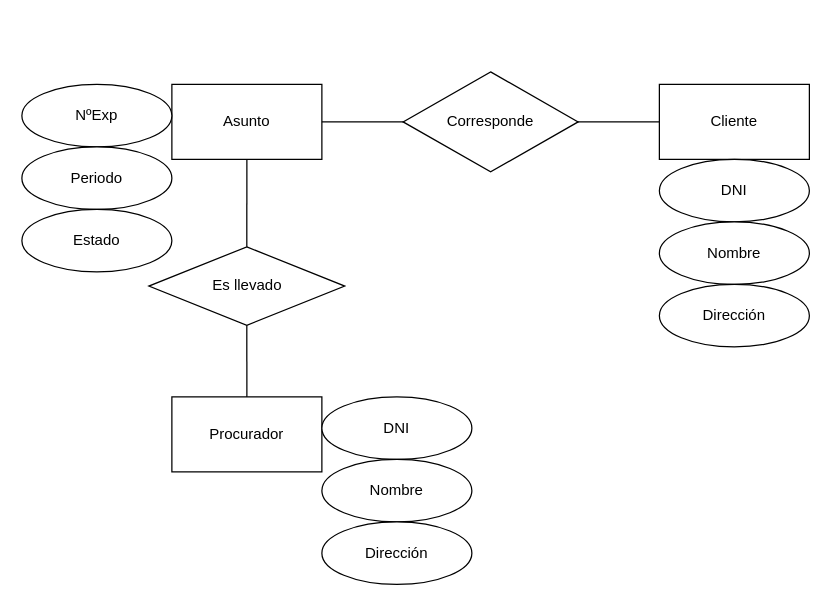
Before: page "Ejercicio1" (1 of 2) of Ejercicios/Abril23.drawio in OscarGE11/Abril23, a draw.io diagram. Source tidied: cells renumbered, new cells numbered last; positions are measured from the earlier drawing's top-left corner, leaving out a move shared by most shapes. Both pictures are drawn from the tidied source at 125%, with x=0, y=0 at pixel (21, 71).
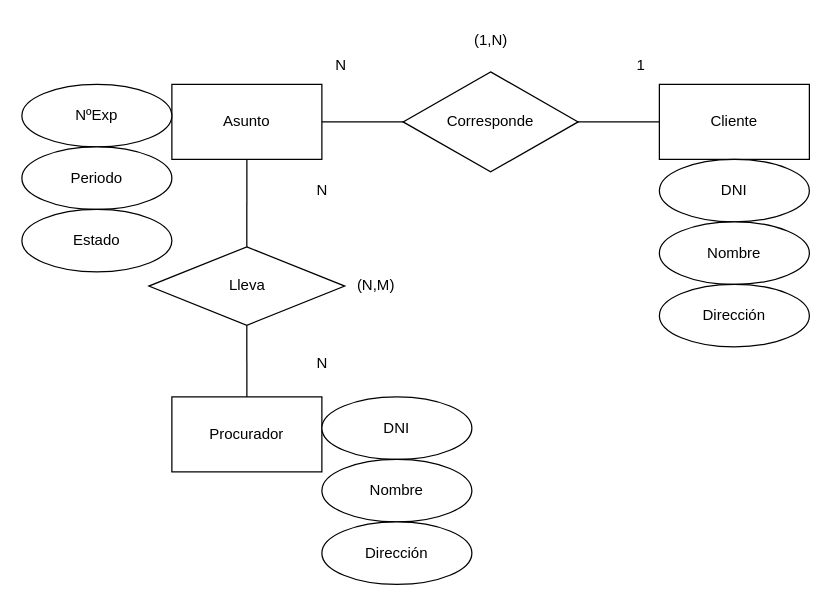
The same page after the edit.

Change to the diagram source:
```diff
@@
-    <mxCell id="12" value="Es llevado" style="rhombus;whiteSpace=wrap;html=1;rotation=0;" parent="1" vertex="1">
+    <mxCell id="12" value="Lleva" style="rhombus;whiteSpace=wrap;html=1;rotation=0;" parent="1" vertex="1">
       <mxGeometry x="101.6" y="140" width="156.7" height="62.7" as="geometry" />
     </mxCell>
@@
+    <mxCell id="19" value="1" style="text;html=1;align=center;verticalAlign=middle;strokeColor=none;fillColor=none;" parent="1" vertex="1">
+      <mxGeometry x="480" y="-20" width="30" height="30" as="geometry" />
+    </mxCell>
+    <mxCell id="20" value="N" style="text;html=1;align=center;verticalAlign=middle;strokeColor=none;fillColor=none;" parent="1" vertex="1">
+      <mxGeometry x="240" y="-20" width="30" height="30" as="geometry" />
+    </mxCell>
+    <mxCell id="21" value="(1,N&lt;span style=&quot;background-color: initial;&quot;&gt;)&lt;/span&gt;" style="text;html=1;align=center;verticalAlign=middle;strokeColor=none;fillColor=none;" parent="1" vertex="1">
+      <mxGeometry x="350" y="-40" width="50" height="30" as="geometry" />
+    </mxCell>
+    <mxCell id="22" value="N" style="text;html=1;align=center;verticalAlign=middle;strokeColor=none;fillColor=none;" parent="1" vertex="1">
+      <mxGeometry x="225" y="218" width="30" height="30" as="geometry" />
+    </mxCell>
+    <mxCell id="23" value="N" style="text;html=1;align=center;verticalAlign=middle;strokeColor=none;fillColor=none;" parent="1" vertex="1">
+      <mxGeometry x="225" y="80" width="30" height="30" as="geometry" />
+    </mxCell>
+    <mxCell id="24" value="(N,M&lt;span style=&quot;background-color: initial;&quot;&gt;)&lt;/span&gt;" style="text;html=1;align=center;verticalAlign=middle;strokeColor=none;fillColor=none;" parent="1" vertex="1">
+      <mxGeometry x="258.4" y="156.3" width="50" height="30" as="geometry" />
+    </mxCell>
```
